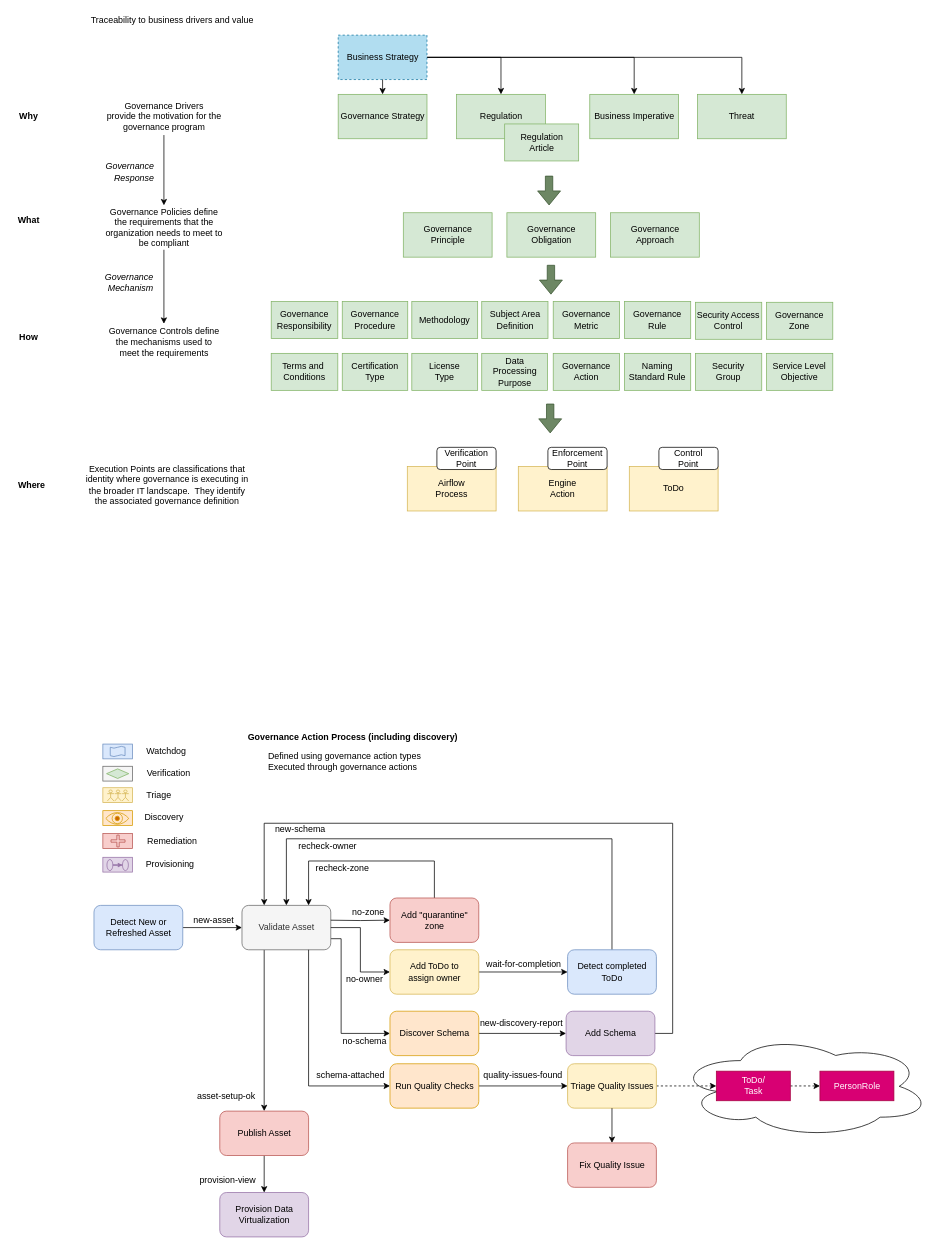
Above: page "governance-definitions" (3 of 7) of site/docs/guides/planning/governance-program/governance-program-planning.drawio in odpi/egeria-docs (draw.io), before the change. Source tidied: cells renumbered, new cells numbered last; positions are measured from the earlier drawing's top-left corner, leaving out a move shared by most shapes. Both pictures are drawn from the tidied source at 74%, with x=0, y=0 at pixel (12, 13).
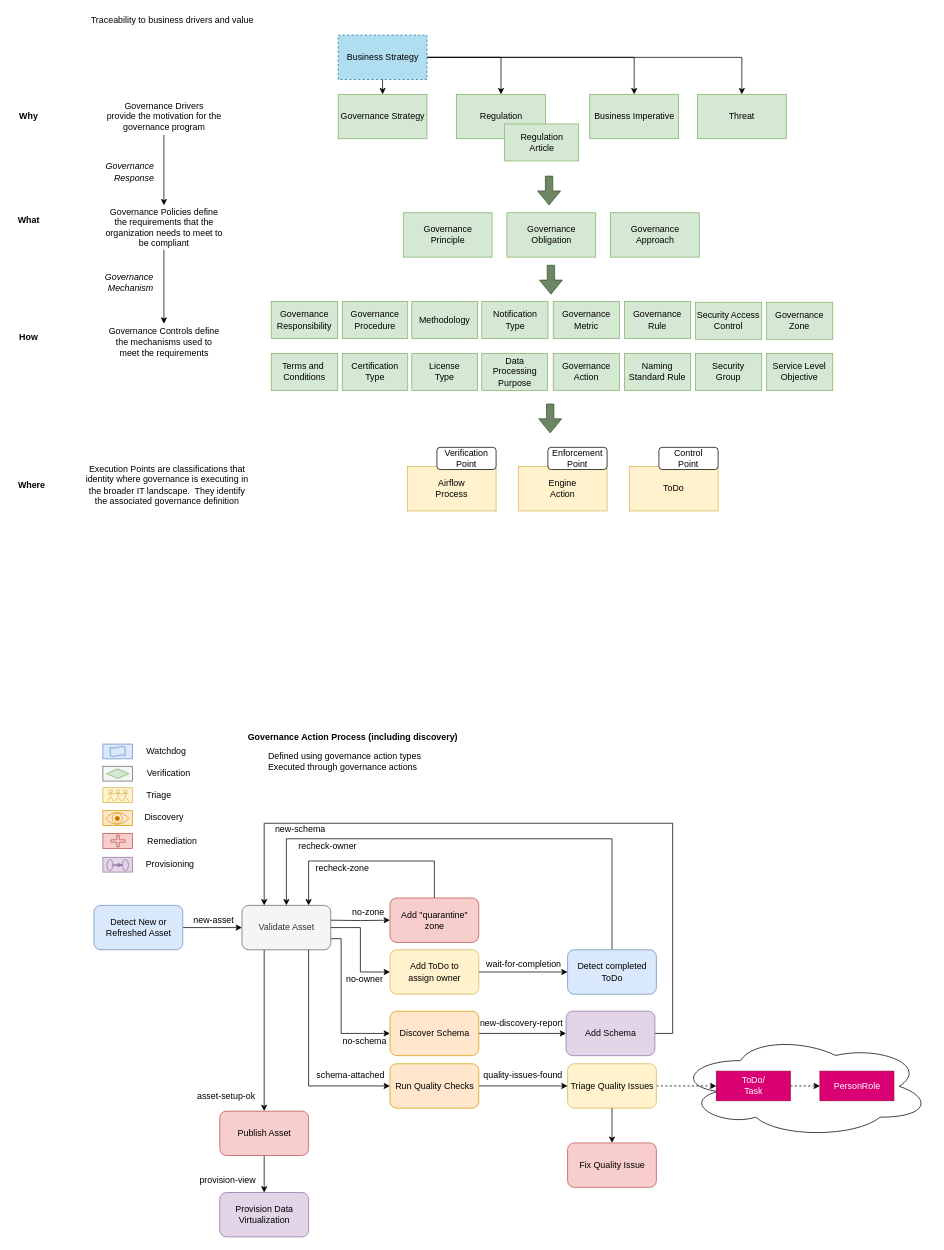
After the change.

The edit, as a diff of the source:
```diff
@@
-    <mxCell id="113" value="Subject Area Definition" style="rounded=0;whiteSpace=wrap;html=1;fillColor=#d5e8d4;strokeColor=#82b366;" parent="1" vertex="1">
+    <mxCell id="113" value="Notification&lt;div&gt;Type&lt;/div&gt;" style="rounded=0;whiteSpace=wrap;html=1;fillColor=#d5e8d4;strokeColor=#82b366;" parent="1" vertex="1">
       <mxGeometry x="634.5" y="390" width="89.5" height="50" as="geometry" />
     </mxCell>
```
